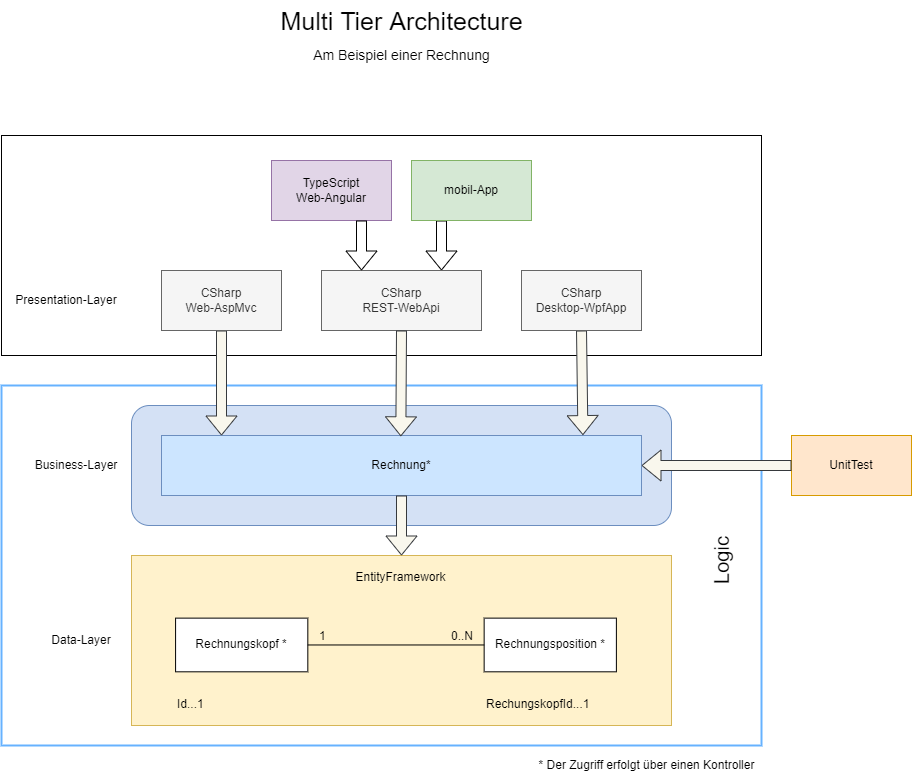
Earlier version of the draw.io export MultiTierArchitecture.png (Nydery/CSSoftwareEngineering-QuickTemplate). Source tidied: cells renumbered, new cells last; positions are measured from the earlier drawing's top-left corner, leaving out a move shared by most shapes.
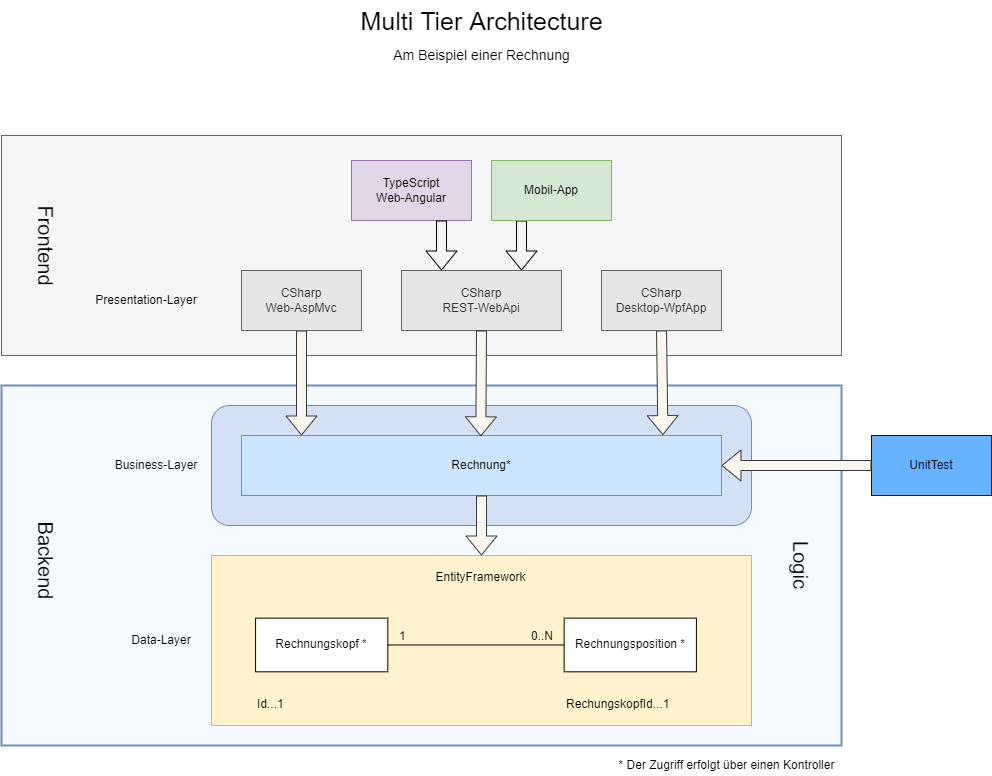
After the change.

Commit message:
Continuation of multi-layered documentation.

Change to the diagram source:
```diff
@@ -2,14 +2,14 @@
   <root>
     <mxCell id="0" />
     <mxCell id="1" parent="0" />
-    <mxCell id="2" style="rounded=0;whiteSpace=wrap;html=1;fillColor=none;strokeWidth=2;strokeColor=#66B2FF;" parent="1" vertex="1">
-      <mxGeometry y="385" width="760" height="360" as="geometry" />
+    <mxCell id="2" style="rounded=0;whiteSpace=wrap;html=1;fillColor=#F5FAFF;strokeWidth=2;strokeColor=#6c8ebf;" parent="1" vertex="1">
+      <mxGeometry x="-80" y="385" width="840" height="360" as="geometry" />
     </mxCell>
     <mxCell id="3" style="rounded=1;whiteSpace=wrap;html=1;fillColor=#D4E1F5;strokeColor=#6c8ebf;" parent="1" vertex="1">
       <mxGeometry x="130" y="405" width="540" height="120" as="geometry" />
     </mxCell>
-    <mxCell id="4" style="rounded=0;whiteSpace=wrap;html=1;" parent="1" vertex="1">
-      <mxGeometry y="135" width="760" height="220" as="geometry" />
+    <mxCell id="4" style="rounded=0;whiteSpace=wrap;html=1;fillColor=#F5F5F5;fontColor=#333333;strokeColor=#666666;" parent="1" vertex="1">
+      <mxGeometry x="-80" y="135" width="840" height="220" as="geometry" />
     </mxCell>
     <mxCell id="5" style="group;fillColor=#fff2cc;strokeColor=#d6b656;" parent="1" vertex="1">
       <mxGeometry x="130" y="555" width="540" height="170" as="geometry" />
@@ -71,14 +71,14 @@
     <mxCell id="22" value="Presentation-Layer" style="text;html=1;strokeColor=none;fillColor=none;align=center;verticalAlign=middle;whiteSpace=wrap;rounded=0;" parent="1" vertex="1">
       <mxGeometry x="5" y="285" width="120" height="30" as="geometry" />
     </mxCell>
-    <mxCell id="23" value="CSharp&lt;br&gt;Web-AspMvc" style="rounded=0;whiteSpace=wrap;html=1;fillColor=#f5f5f5;fontColor=#333333;strokeColor=#666666;" parent="1" vertex="1">
+    <mxCell id="23" value="CSharp&lt;br&gt;Web-AspMvc" style="rounded=0;whiteSpace=wrap;html=1;fillColor=#E6E6E6;fontColor=#333333;strokeColor=#666666;" parent="1" vertex="1">
       <mxGeometry x="160" y="270" width="120" height="60" as="geometry" />
     </mxCell>
-    <mxCell id="24" value="CSharp&lt;br&gt;Desktop-WpfApp" style="rounded=0;whiteSpace=wrap;html=1;fillColor=#f5f5f5;fontColor=#333333;strokeColor=#666666;" parent="1" vertex="1">
+    <mxCell id="24" value="CSharp&lt;br&gt;Desktop-WpfApp" style="rounded=0;whiteSpace=wrap;html=1;fillColor=#E6E6E6;fontColor=#333333;strokeColor=#666666;" parent="1" vertex="1">
       <mxGeometry x="520" y="270" width="120" height="60" as="geometry" />
     </mxCell>
-    <mxCell id="25" value="Logic" style="text;html=1;strokeColor=none;fillColor=none;align=center;verticalAlign=middle;whiteSpace=wrap;rounded=0;rotation=-90;fontSize=20;fontStyle=0;" parent="1" vertex="1">
-      <mxGeometry x="670" y="545" width="100" height="30" as="geometry" />
+    <mxCell id="25" value="Logic" style="text;html=1;strokeColor=none;fillColor=none;align=center;verticalAlign=middle;whiteSpace=wrap;rounded=0;rotation=90;fontSize=20;fontStyle=0;" parent="1" vertex="1">
+      <mxGeometry x="670" y="550" width="100" height="30" as="geometry" />
     </mxCell>
     <mxCell id="26" value="Multi Tier Architecture" style="text;html=1;align=center;verticalAlign=middle;strokeColor=none;fillColor=none;fontSize=25;" parent="1" vertex="1">
       <mxGeometry x="270" width="260" height="40" as="geometry" />
@@ -86,7 +86,7 @@
     <mxCell id="27" value="Am Beispiel einer Rechnung" style="text;html=1;align=center;verticalAlign=middle;strokeColor=none;fillColor=none;fontSize=14;" parent="1" vertex="1">
       <mxGeometry x="305" y="45" width="190" height="20" as="geometry" />
     </mxCell>
-    <mxCell id="28" value="CSharp&lt;br&gt;REST-WebApi" style="rounded=0;whiteSpace=wrap;html=1;fillColor=#f5f5f5;fontColor=#333333;strokeColor=#666666;" parent="1" vertex="1">
+    <mxCell id="28" value="CSharp&lt;br&gt;REST-WebApi" style="rounded=0;whiteSpace=wrap;html=1;fillColor=#E6E6E6;fontColor=#333333;strokeColor=#666666;" parent="1" vertex="1">
       <mxGeometry x="320" y="270" width="160" height="60" as="geometry" />
     </mxCell>
     <mxCell id="29" style="edgeStyle=orthogonalEdgeStyle;rounded=0;orthogonalLoop=1;jettySize=auto;html=1;exitX=0.5;exitY=1;exitDx=0;exitDy=0;" parent="1" edge="1" source="24" target="24">
@@ -106,14 +106,20 @@
     <mxCell id="33" style="shape=flexArrow;endArrow=classic;html=1;rounded=0;entryX=0.25;entryY=0;entryDx=0;entryDy=0;exitX=0.75;exitY=1;exitDx=0;exitDy=0;" parent="1" edge="1" source="32" target="28">
       <mxGeometry relative="1" as="geometry" />
     </mxCell>
-    <mxCell id="34" value="UnitTest" style="rounded=0;whiteSpace=wrap;html=1;fillColor=#ffe6cc;strokeColor=#d79b00;" parent="1" vertex="1">
+    <mxCell id="34" value="UnitTest" style="rounded=0;whiteSpace=wrap;html=1;fillColor=#66B2FF;strokeColor=#000099;" parent="1" vertex="1">
       <mxGeometry x="790" y="435" width="120" height="60" as="geometry" />
     </mxCell>
     <mxCell id="35" style="shape=flexArrow;endArrow=classic;html=1;rounded=0;exitX=0;exitY=0.5;exitDx=0;exitDy=0;fillColor=#f9f7ed;strokeColor=#36393d;" parent="1" edge="1" source="34" target="15">
       <mxGeometry relative="1" as="geometry" />
     </mxCell>
-    <mxCell id="36" value="mobil-App" style="rounded=0;whiteSpace=wrap;html=1;fillColor=#D5E8D4;strokeColor=#82b366;" parent="1" vertex="1">
+    <mxCell id="36" value="Mobil-App" style="rounded=0;whiteSpace=wrap;html=1;fillColor=#D5E8D4;strokeColor=#82b366;" parent="1" vertex="1">
       <mxGeometry x="410" y="160" width="120" height="60" as="geometry" />
     </mxCell>
+    <mxCell id="37" value="&lt;font style=&quot;font-size: 20px&quot;&gt;Backend&lt;/font&gt;" style="text;html=1;align=center;verticalAlign=middle;strokeColor=none;fillColor=none;rotation=90;" parent="1" vertex="1">
+      <mxGeometry x="-80" y="550" width="90" height="20" as="geometry" />
+    </mxCell>
+    <mxCell id="38" value="&lt;font style=&quot;font-size: 20px&quot;&gt;Frontend&lt;/font&gt;" style="text;html=1;align=center;verticalAlign=middle;strokeColor=none;fillColor=none;rotation=90;" parent="1" vertex="1">
+      <mxGeometry x="-85" y="235" width="100" height="20" as="geometry" />
+    </mxCell>
   </root>
 </mxGraphModel>
```
